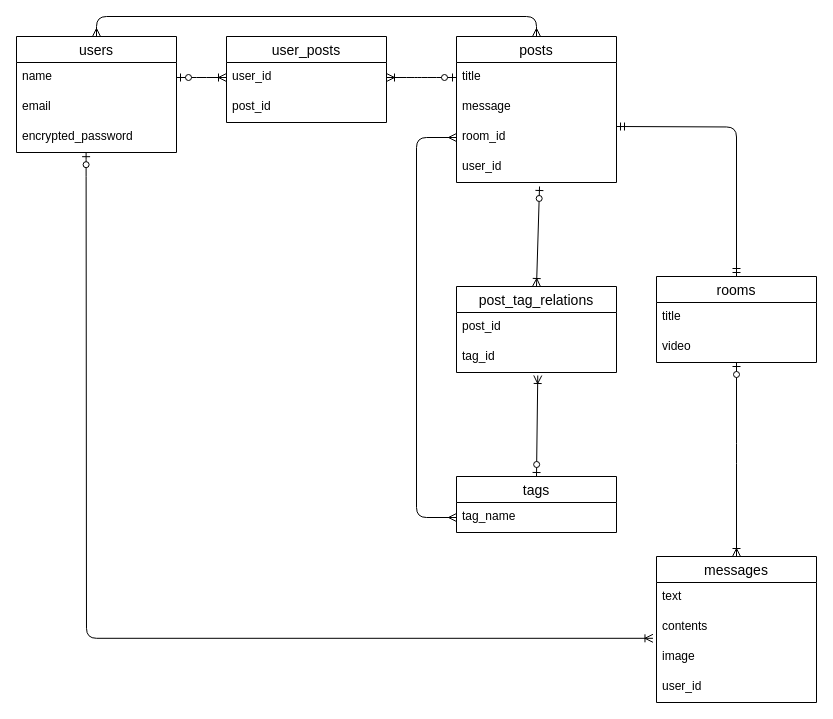
hagihara-eisuke02/CommuT-35544 keeps this draw.io diagram as db.dio. Above is the earlier version. Source tidied: cells renumbered, new cells numbered last; positions are measured from the earlier drawing's top-left corner, leaving out a move shared by most shapes. Both pictures are drawn from the tidied source at 100%, with x=0, y=0 at pixel (16, 16).
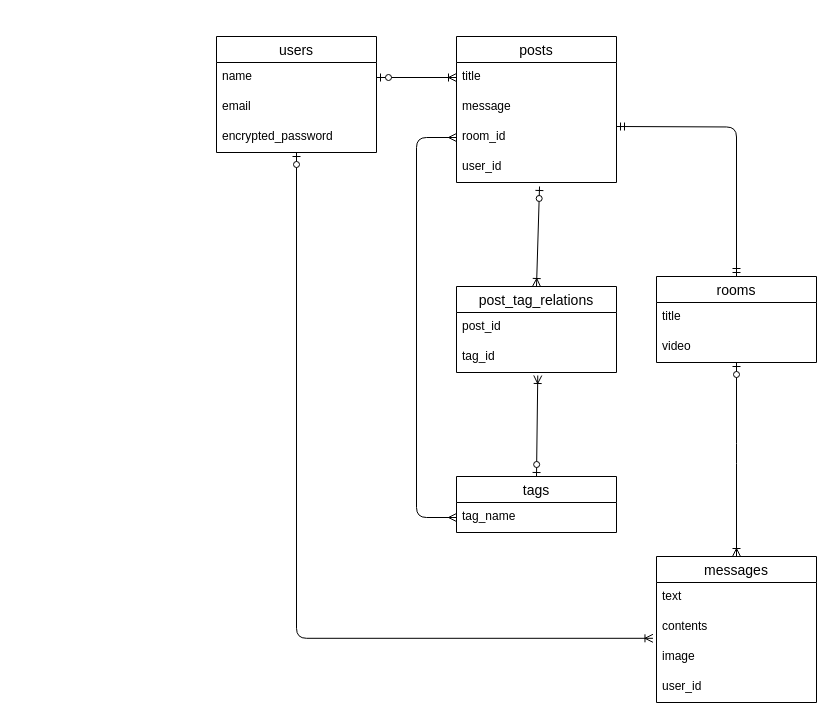
Above is the later version.

Unchanged cells that the change refers to:
```xml
<mxCell id="7" value="posts" style="swimlane;fontStyle=0;horizontal=1;startSize=26;align=center;fontSize=14;" parent="1" vertex="1">
  <mxGeometry x="440" y="20" width="160" height="146" as="geometry" />
</mxCell>
<mxCell id="8" value="title" style="text;strokeColor=none;fillColor=none;spacingLeft=4;spacingRight=4;overflow=hidden;points=[[0,0.5],[1,0.5]];portConstraint=eastwest;fontSize=12;" parent="7" vertex="1">
  <mxGeometry y="26" width="160" height="30" as="geometry" />
</mxCell>
<mxCell id="14" value="name" style="text;strokeColor=none;fillColor=none;spacingLeft=4;spacingRight=4;overflow=hidden;points=[[0,0.5],[1,0.5]];portConstraint=eastwest;fontSize=12;" parent="13" vertex="1">
  <mxGeometry y="26" width="160" height="30" as="geometry" />
</mxCell>
<mxCell id="16" value="encrypted_password&#10;" style="text;strokeColor=none;fillColor=none;spacingLeft=4;spacingRight=4;overflow=hidden;points=[[0,0.5],[1,0.5]];portConstraint=eastwest;fontSize=12;" parent="13" vertex="1">
  <mxGeometry y="86" width="160" height="30" as="geometry" />
</mxCell>
<mxCell id="27" value="contents" style="text;strokeColor=none;fillColor=none;spacingLeft=4;spacingRight=4;overflow=hidden;points=[[0,0.5],[1,0.5]];portConstraint=eastwest;fontSize=12;" parent="25" vertex="1">
  <mxGeometry y="56" width="160" height="30" as="geometry" />
</mxCell>
```

What changed in the source:
```diff
@@
     <mxCell id="13" value="users" style="swimlane;fontStyle=0;horizontal=1;startSize=26;align=center;fontSize=14;" parent="1" vertex="1">
-      <mxGeometry y="20" width="160" height="116" as="geometry" />
+      <mxGeometry x="200" y="20" width="160" height="116" as="geometry" />
     </mxCell>
@@
-    <mxCell id="17" style="edgeStyle=entityRelationEdgeStyle;fontSize=12;html=1;endArrow=ERoneToMany;startArrow=ERzeroToOne;exitX=1;exitY=0.5;exitDx=0;exitDy=0;" parent="1" edge="1" source="14">
-      <mxGeometry relative="1" as="geometry">
-        <mxPoint x="210" y="61" as="targetPoint" />
-      </mxGeometry>
-    </mxCell>
@@
-    <mxCell id="31" style="fontSize=12;html=1;endArrow=ERoneToMany;startArrow=ERzeroToOne;edgeStyle=orthogonalEdgeStyle;entryX=-0.022;entryY=0.86;entryDx=0;entryDy=0;entryPerimeter=0;exitX=0.435;exitY=1.006;exitDx=0;exitDy=0;exitPerimeter=0;" parent="1" edge="1" source="16" target="27">
-      <mxGeometry relative="1" as="geometry">
-        <Array as="points">
-          <mxPoint x="70" y="150" />
-          <mxPoint x="70" y="150" />
-          <mxPoint x="70" y="622" />
-        </Array>
-      </mxGeometry>
+    <mxCell id="31" style="fontSize=12;html=1;endArrow=ERoneToMany;startArrow=ERzeroToOne;edgeStyle=orthogonalEdgeStyle;entryX=-0.022;entryY=0.86;entryDx=0;entryDy=0;entryPerimeter=0;exitX=0.5;exitY=1;exitDx=0;exitDy=0;" parent="1" edge="1" source="13" target="27">
+      <mxGeometry relative="1" as="geometry" />
     </mxCell>
-    <mxCell id="32" value="user_posts" style="swimlane;fontStyle=0;horizontal=1;startSize=26;align=center;fontSize=14;" parent="1" vertex="1">
-      <mxGeometry x="210" y="20" width="160" height="86" as="geometry" />
-    </mxCell>
-    <mxCell id="33" value="user_id" style="text;strokeColor=none;fillColor=none;spacingLeft=4;spacingRight=4;overflow=hidden;points=[[0,0.5],[1,0.5]];portConstraint=eastwest;fontSize=12;" parent="32" vertex="1">
-      <mxGeometry y="26" width="160" height="30" as="geometry" />
-    </mxCell>
-    <mxCell id="34" value="post_id" style="text;strokeColor=none;fillColor=none;spacingLeft=4;spacingRight=4;overflow=hidden;fontSize=12;" parent="32" vertex="1">
-      <mxGeometry y="56" width="160" height="30" as="geometry" />
-    </mxCell>
-    <mxCell id="35" style="edgeStyle=entityRelationEdgeStyle;fontSize=12;html=1;endArrow=ERoneToMany;startArrow=ERzeroToOne;exitX=0;exitY=0.5;exitDx=0;exitDy=0;entryX=1;entryY=0.5;entryDx=0;entryDy=0;" parent="1" edge="1" source="8" target="33">
-      <mxGeometry relative="1" as="geometry" />
-    </mxCell>
-    <mxCell id="36" style="edgeStyle=elbowEdgeStyle;fontSize=12;html=1;endArrow=ERmany;startArrow=ERmany;exitX=0.5;exitY=0;exitDx=0;exitDy=0;entryX=0.5;entryY=0;entryDx=0;entryDy=0;" parent="1" edge="1" source="13" target="7">
-      <mxGeometry relative="1" as="geometry">
-        <Array as="points">
-          <mxPoint x="300" />
-        </Array>
-      </mxGeometry>
-    </mxCell>
+    <mxCell id="17" style="fontSize=12;html=1;endArrow=ERoneToMany;startArrow=ERzeroToOne;entryX=0;entryY=0.5;entryDx=0;entryDy=0;exitX=1;exitY=0.5;exitDx=0;exitDy=0;" parent="1" edge="1" source="14" target="8">
+      <mxGeometry relative="1" as="geometry" />
+    </mxCell>
```
